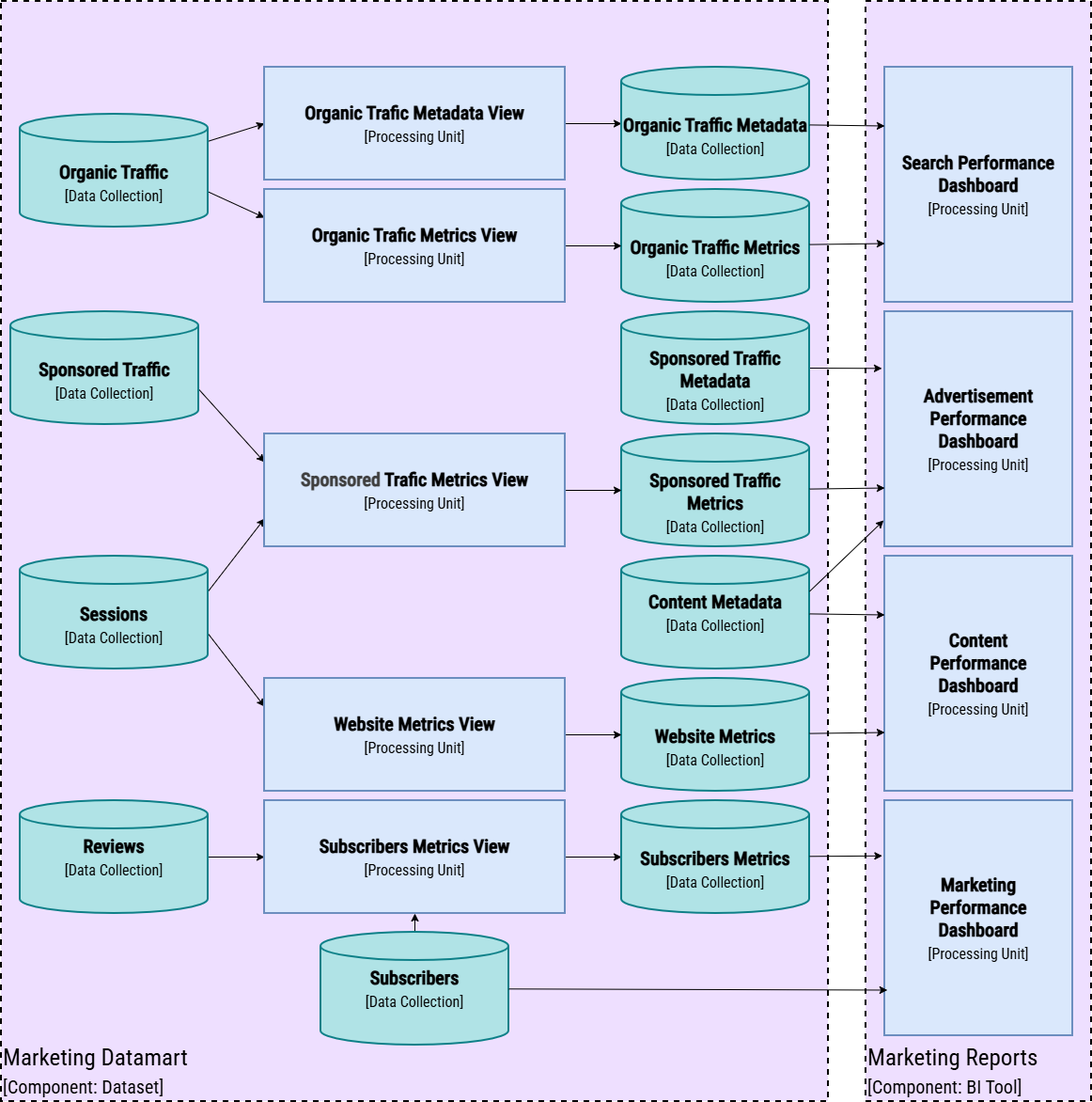
software-architecture-guild/modeling-software-architecture keeps this draw.io diagram as chapter-10/figure-10.11.drawio.png. Above is the earlier version. Source tidied: cells renumbered, new cells last; positions are measured from the earlier drawing's top-left corner, leaving out a move shared by most shapes.
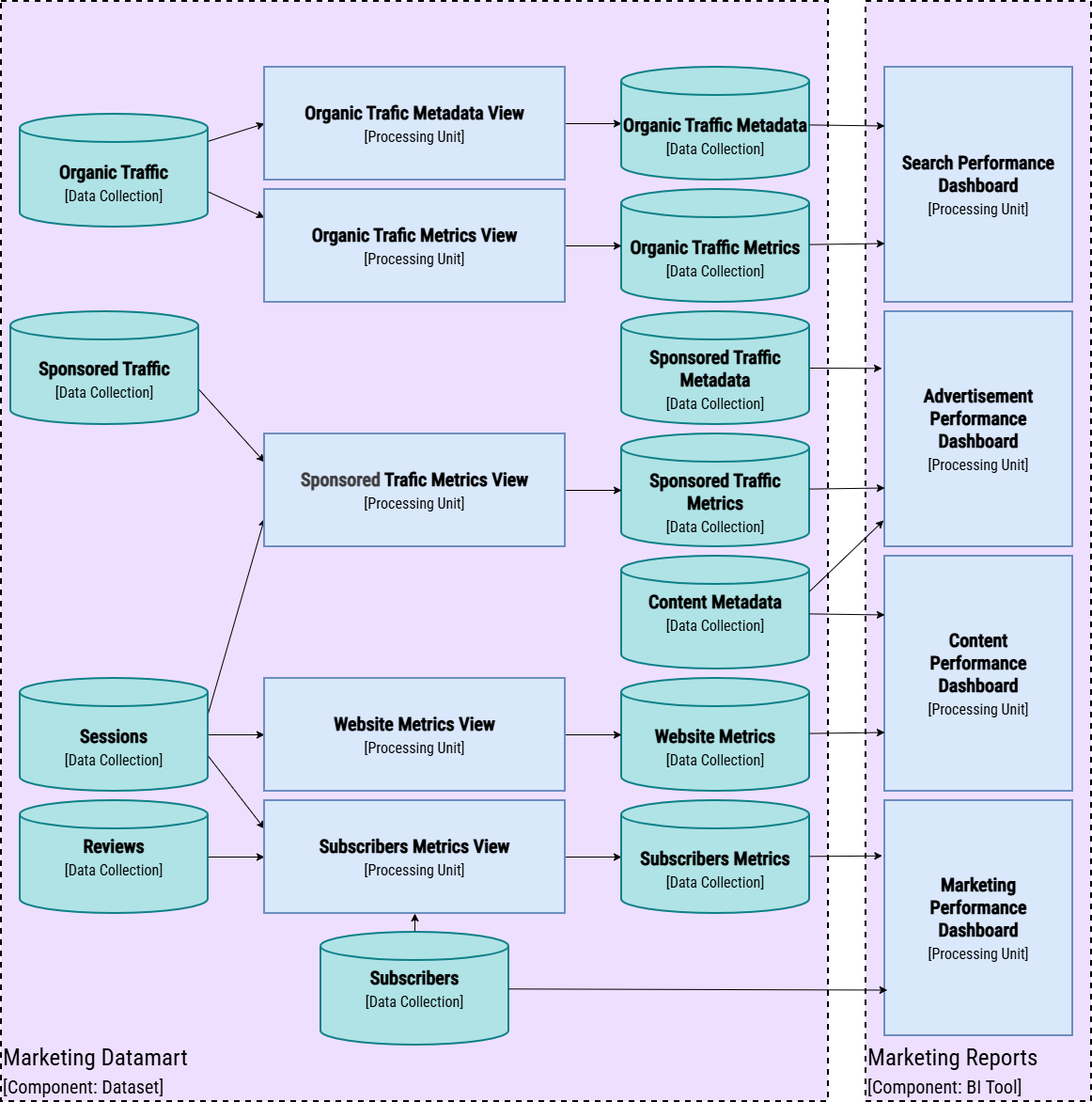
The same diagram one commit later.

Change to the diagram source:
```diff
@@ -17,14 +17,17 @@
     <mxCell id="6" value="&lt;div&gt;&lt;font style=&quot;&quot;&gt;&lt;b&gt;Organic Traffic&lt;br&gt;&lt;/b&gt;&lt;/font&gt;&lt;font style=&quot;font-size: 16px;&quot;&gt;[Data Collection]&lt;/font&gt;&lt;/div&gt;" style="shape=cylinder3;whiteSpace=wrap;html=1;boundedLbl=1;backgroundOutline=1;size=15;strokeWidth=2;strokeColor=#0e8088;fillColor=#b0e3e6;verticalAlign=middle;fontFamily=Roboto Condensed;fontSource=https%3A%2F%2Ffonts.googleapis.com%2Fcss%3Ffamily%3DRoboto%2BCondensed;fontSize=20;" parent="1" vertex="1">
       <mxGeometry x="20" y="120" width="200" height="120" as="geometry" />
     </mxCell>
-    <mxCell id="7" style="edgeStyle=none;shape=connector;rounded=0;html=1;strokeColor=#000000;align=center;verticalAlign=middle;fontFamily=IBM Plex Mono;fontSource=https%3A%2F%2Ffonts.googleapis.com%2Fcss%3Ffamily%3DIBM%2BPlex%2BMono;fontSize=11;fontColor=#000000;labelBackgroundColor=default;endArrow=classic;entryX=0;entryY=0.75;entryDx=0;entryDy=0;exitX=1;exitY=0;exitDx=0;exitDy=37.5;exitPerimeter=0;" parent="1" edge="1" source="9" target="26">
+    <mxCell id="7" style="shape=connector;rounded=0;html=1;strokeColor=#000000;align=center;verticalAlign=middle;fontFamily=IBM Plex Mono;fontSource=https%3A%2F%2Ffonts.googleapis.com%2Fcss%3Ffamily%3DIBM%2BPlex%2BMono;fontSize=11;fontColor=#000000;labelBackgroundColor=default;endArrow=classic;entryX=0;entryY=0.75;entryDx=0;entryDy=0;exitX=1;exitY=0;exitDx=0;exitDy=37.5;exitPerimeter=0;" parent="1" edge="1" source="9" target="26">
       <mxGeometry relative="1" as="geometry" />
     </mxCell>
-    <mxCell id="8" style="edgeStyle=none;shape=connector;rounded=0;html=1;entryX=0;entryY=0.25;entryDx=0;entryDy=0;strokeColor=#000000;align=center;verticalAlign=middle;fontFamily=IBM Plex Mono;fontSource=https%3A%2F%2Ffonts.googleapis.com%2Fcss%3Ffamily%3DIBM%2BPlex%2BMono;fontSize=11;fontColor=#000000;labelBackgroundColor=default;endArrow=classic;exitX=1;exitY=0;exitDx=0;exitDy=82.5;exitPerimeter=0;" parent="1" edge="1" source="9" target="28">
+    <mxCell id="8" style="edgeStyle=none;shape=connector;rounded=0;html=1;entryX=0;entryY=0.5;entryDx=0;entryDy=0;strokeColor=#000000;align=center;verticalAlign=middle;fontFamily=IBM Plex Mono;fontSource=https%3A%2F%2Ffonts.googleapis.com%2Fcss%3Ffamily%3DIBM%2BPlex%2BMono;fontSize=11;fontColor=#000000;labelBackgroundColor=default;endArrow=classic;exitX=1;exitY=0.5;exitDx=0;exitDy=0;exitPerimeter=0;" parent="1" edge="1" source="9" target="28">
       <mxGeometry relative="1" as="geometry" />
     </mxCell>
+    <mxCell id="47" style="edgeStyle=none;shape=connector;rounded=0;html=1;entryX=0;entryY=0.25;entryDx=0;entryDy=0;strokeColor=#000000;strokeWidth=1;align=center;verticalAlign=middle;fontFamily=IBM Plex Mono;fontSource=https%3A%2F%2Ffonts.googleapis.com%2Fcss%3Ffamily%3DIBM%2BPlex%2BMono;fontSize=11;fontColor=#000000;labelBackgroundColor=default;endArrow=classic;exitX=1;exitY=0;exitDx=0;exitDy=82.5;exitPerimeter=0;" parent="1" edge="1" source="9" target="30">
+      <mxGeometry relative="1" as="geometry" />
+    </mxCell>
     <mxCell id="9" value="&lt;div&gt;&lt;font style=&quot;&quot;&gt;&lt;b&gt;Sessions&lt;br&gt;&lt;/b&gt;&lt;/font&gt;&lt;font style=&quot;font-size: 16px;&quot;&gt;[Data Collection]&lt;/font&gt;&lt;/div&gt;" style="shape=cylinder3;whiteSpace=wrap;html=1;boundedLbl=1;backgroundOutline=1;size=15;strokeWidth=2;strokeColor=#0e8088;fillColor=#b0e3e6;verticalAlign=middle;fontFamily=Roboto Condensed;fontSource=https%3A%2F%2Ffonts.googleapis.com%2Fcss%3Ffamily%3DRoboto%2BCondensed;fontSize=20;" parent="1" vertex="1">
-      <mxGeometry x="20" y="590" width="200" height="120" as="geometry" />
+      <mxGeometry x="20" y="720" width="200" height="120" as="geometry" />
     </mxCell>
     <mxCell id="10" style="edgeStyle=none;shape=connector;rounded=0;html=1;entryX=0;entryY=0.25;entryDx=0;entryDy=0;strokeColor=#000000;align=center;verticalAlign=middle;fontFamily=IBM Plex Mono;fontSource=https%3A%2F%2Ffonts.googleapis.com%2Fcss%3Ffamily%3DIBM%2BPlex%2BMono;fontSize=11;fontColor=#000000;labelBackgroundColor=default;endArrow=classic;exitX=1;exitY=0;exitDx=0;exitDy=82.5;exitPerimeter=0;" parent="1" edge="1" source="11" target="26">
       <mxGeometry relative="1" as="geometry" />
```
